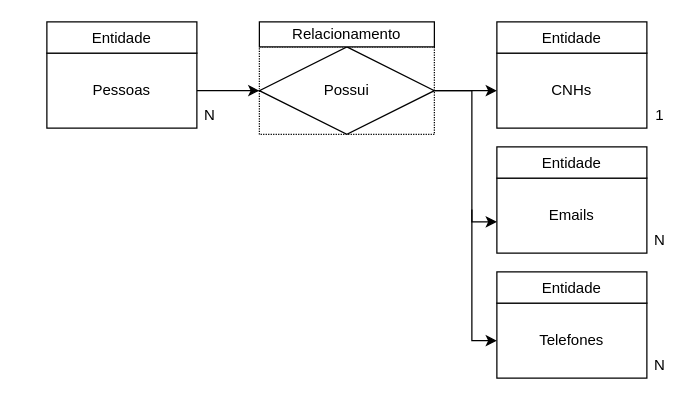
Above: Exercicios/01 - Modelo de Entidade Relacional/1.1-exercicio-pessoas/01.drawio in RafaelGomes01/Desenvolvimento-Banco-de-Dados (draw.io), before the change. Source tidied: cells renumbered, new cells numbered last; positions are measured from the earlier drawing's top-left corner, leaving out a move shared by most shapes. Both pictures are drawn from the tidied source at 125%, with x=0, y=0 at pixel (46, 21).
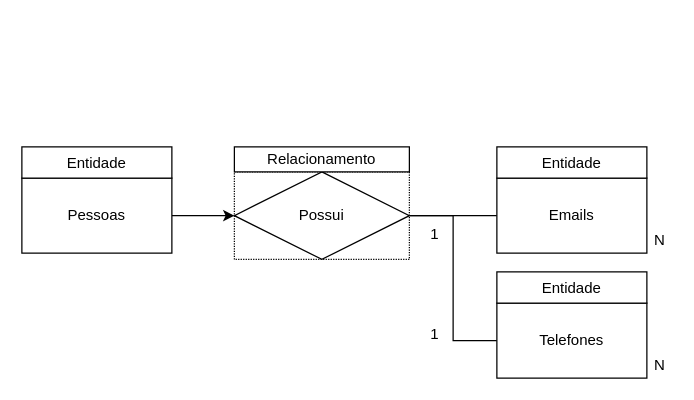
After the change.

Unchanged cells that the change refers to:
```xml
<mxCell id="13" value="Emails" style="whiteSpace=wrap;html=1;" parent="1" vertex="1">
  <mxGeometry x="360" y="125" width="120" height="60" as="geometry" />
</mxCell>
<mxCell id="16" value="Telefones" style="whiteSpace=wrap;html=1;" parent="1" vertex="1">
  <mxGeometry x="360" y="225" width="120" height="60" as="geometry" />
</mxCell>
```

The edit, as a diff of the source:
```diff
@@
+    <mxCell id="21" style="edgeStyle=orthogonalEdgeStyle;rounded=0;jettySize=auto;html=1;entryX=0;entryY=0.5;entryDx=0;entryDy=0;endArrow=none;endFill=0;" parent="1" edge="1" source="2" target="16">
+      <mxGeometry relative="1" as="geometry" />
+    </mxCell>
     <mxCell id="2" style="whiteSpace=wrap;html=1;dashed=1;dashPattern=1 1;" parent="1" vertex="1">
-      <mxGeometry x="170" y="20" width="140" height="70" as="geometry" />
+      <mxGeometry x="150" y="120" width="140" height="70" as="geometry" />
     </mxCell>
@@
     <mxCell id="4" value="Pessoas" style="whiteSpace=wrap;html=1;" parent="1" vertex="1">
-      <mxGeometry y="25" width="120" height="60" as="geometry" />
+      <mxGeometry x="-20" y="125" width="120" height="60" as="geometry" />
     </mxCell>
-    <mxCell id="5" value="CNHs" style="whiteSpace=wrap;html=1;" parent="1" vertex="1">
-      <mxGeometry x="360" y="25" width="120" height="60" as="geometry" />
-    </mxCell>
-    <mxCell id="6" style="edgeStyle=orthogonalEdgeStyle;rounded=0;jettySize=auto;html=1;entryX=0;entryY=0.5;entryDx=0;entryDy=0;" parent="1" edge="1" source="7" target="5">
-      <mxGeometry relative="1" as="geometry" />
-    </mxCell>
     <mxCell id="7" value="Possui" style="rhombus;whiteSpace=wrap;html=1;" parent="1" vertex="1">
-      <mxGeometry x="170" y="20" width="140" height="70" as="geometry" />
+      <mxGeometry x="150" y="120" width="140" height="70" as="geometry" />
     </mxCell>
-    <mxCell id="8" value="1" style="text;html=1;align=center;verticalAlign=middle;" parent="1" vertex="1">
-      <mxGeometry x="480" y="65" width="20" height="20" as="geometry" />
-    </mxCell>
-    <mxCell id="9" value="N" style="text;html=1;align=center;verticalAlign=middle;" parent="1" vertex="1">
-      <mxGeometry x="120" y="65" width="20" height="20" as="geometry" />
-    </mxCell>
     <mxCell id="10" value="Entidade" style="whiteSpace=wrap;html=1;" parent="1" vertex="1">
-      <mxGeometry width="120" height="25" as="geometry" />
+      <mxGeometry x="-20" y="100" width="120" height="25" as="geometry" />
     </mxCell>
-    <mxCell id="11" value="Entidade" style="whiteSpace=wrap;html=1;" parent="1" vertex="1">
-      <mxGeometry x="360" width="120" height="25" as="geometry" />
-    </mxCell>
     <mxCell id="12" value="Relacionamento" style="whiteSpace=wrap;html=1;" parent="1" vertex="1">
-      <mxGeometry x="170" width="140" height="20" as="geometry" />
+      <mxGeometry x="150" y="100" width="140" height="20" as="geometry" />
     </mxCell>
+    <mxCell id="22" style="rounded=0;jettySize=auto;html=1;entryX=1;entryY=0.5;entryDx=0;entryDy=0;startArrow=none;startFill=0;endArrow=none;endFill=0;" parent="1" edge="1" source="13" target="7">
+      <mxGeometry relative="1" as="geometry" />
+    </mxCell>
@@
-    <mxCell id="19" style="edgeStyle=orthogonalEdgeStyle;rounded=0;jettySize=auto;html=1;exitX=1;exitY=0.5;exitDx=0;exitDy=0;entryX=0;entryY=0.583;entryDx=0;entryDy=0;entryPerimeter=0;" parent="1" edge="1" source="7" target="13">
-      <mxGeometry relative="1" as="geometry">
-        <Array as="points">
-          <mxPoint x="340" y="55" />
-          <mxPoint x="340" y="160" />
-        </Array>
-      </mxGeometry>
-    </mxCell>
-    <mxCell id="20" style="edgeStyle=orthogonalEdgeStyle;rounded=0;orthogonalLoop=1;jettySize=auto;html=1;entryX=0;entryY=0.583;entryDx=0;entryDy=0;entryPerimeter=0;" parent="1" edge="1">
-      <mxGeometry relative="1" as="geometry">
-        <mxPoint x="340" y="150" as="sourcePoint" />
-        <mxPoint x="360" y="255" as="targetPoint" />
-        <Array as="points">
-          <mxPoint x="340" y="150" />
-          <mxPoint x="340" y="255" />
-        </Array>
-      </mxGeometry>
-    </mxCell>
+    <mxCell id="23" value="1" style="text;html=1;align=center;verticalAlign=middle;" parent="1" vertex="1">
+      <mxGeometry x="300" y="240" width="20" height="20" as="geometry" />
+    </mxCell>
+    <mxCell id="24" value="1" style="text;html=1;align=center;verticalAlign=middle;" parent="1" vertex="1">
+      <mxGeometry x="300" y="160" width="20" height="20" as="geometry" />
+    </mxCell>
```
